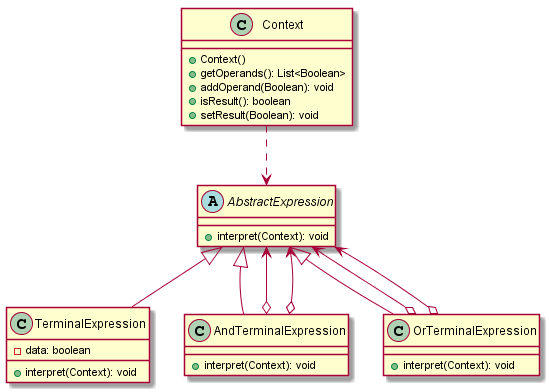
Above: src/main/resources/interpreter.png in dstar55/100-words-design-patterns-java (PlantUML), before the change. Source of this version:
```plantuml
@startuml

class Context{
  +Context()
  +getOperands(): List<Boolean>
  +addOperand(Boolean): void
  +isResult(): boolean
  +setResult(Boolean): void
}

abstract class AbstractExpression{
  +interpret(Context): void
}

class TerminalExpression{
  -data: boolean
  +interpret(Context): void
}

class AndTerminalExpression{
  +interpret(Context): void
}

class OrTerminalExpression{
  +interpret(Context): void
}

Context ..> AbstractExpression
AbstractExpression <|-- TerminalExpression
AbstractExpression <|-- AndTerminalExpression
AbstractExpression <|-- OrTerminalExpression
AndTerminalExpression o--> AbstractExpression
AndTerminalExpression o--> AbstractExpression
OrTerminalExpression o--> AbstractExpression
OrTerminalExpression o--> AbstractExpression

@enduml
```
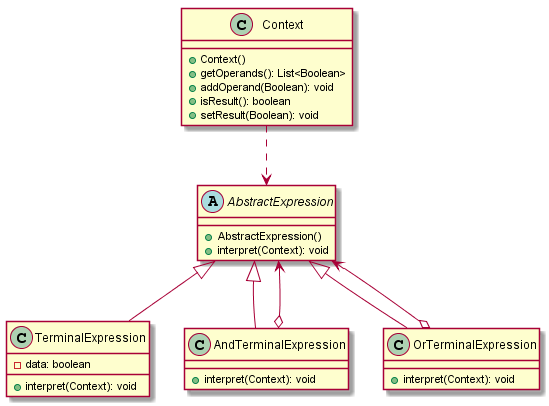
Later version of the same file.

What changed in the source:
```diff
@@ -9,6 +9,7 @@
 }
 
 abstract class AbstractExpression{
+  +AbstractExpression()
   +interpret(Context): void
 }
 
@@ -30,8 +31,6 @@
 AbstractExpression <|-- AndTerminalExpression
 AbstractExpression <|-- OrTerminalExpression
 AndTerminalExpression o--> AbstractExpression
-AndTerminalExpression o--> AbstractExpression
-OrTerminalExpression o--> AbstractExpression
 OrTerminalExpression o--> AbstractExpression
 
 @enduml
```
